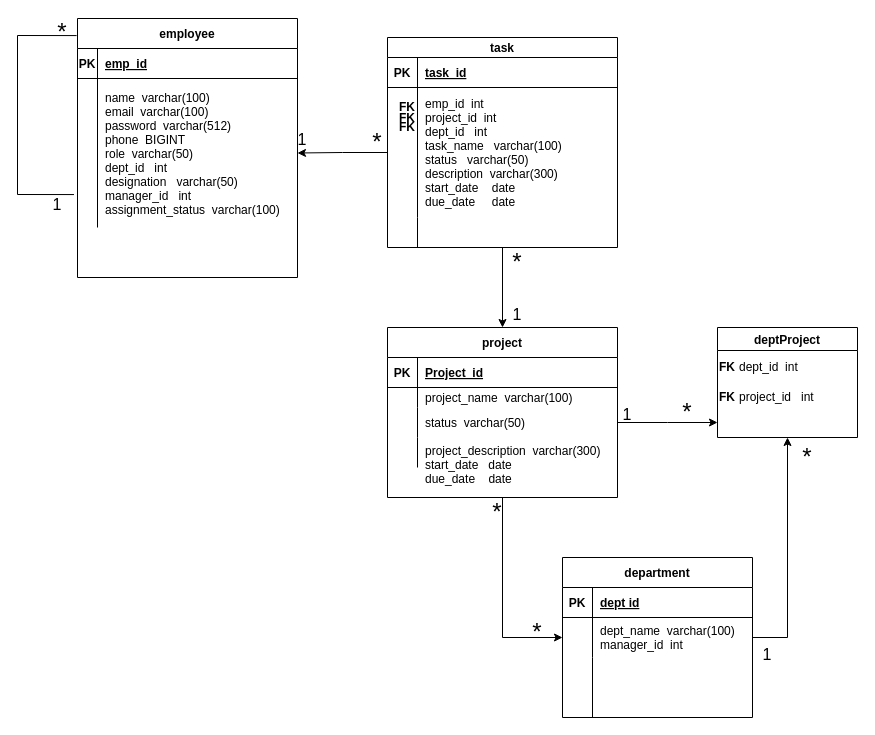
Above: page "ER" (2 of 2) of ETMS_complete.drawio in Hks1998/ETMS_Project (draw.io), before the change. Source tidied: cells renumbered, new cells numbered last; positions are measured from the earlier drawing's top-left corner, leaving out a move shared by most shapes. Both pictures are drawn from the tidied source at 100%, with x=0, y=0 at pixel (17, 17).
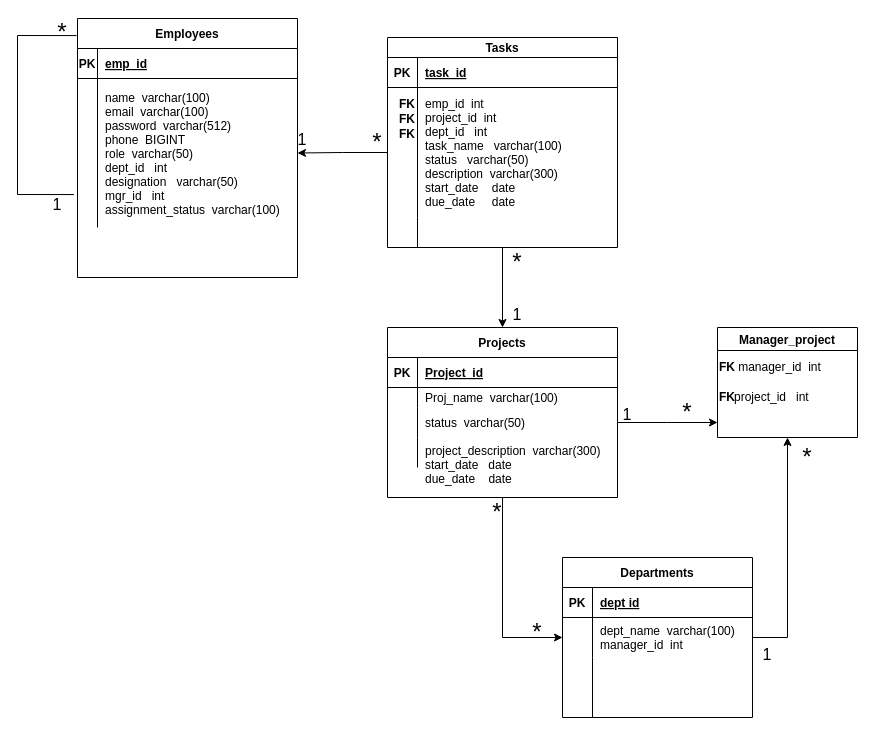
Above is the later version.

Commit message (it also covers changes not shown here):
Task table added

The change refers to these unchanged cells:
```xml
<mxCell id="27" style="shape=partialRectangle;fillColor=none;points=[[0,0.5],[1,0.5]];portConstraint=eastwest;top=0;left=0;right=0;bottom=0;" parent="23" vertex="1">
  <mxGeometry y="60" width="220" height="149" as="geometry" />
</mxCell>
<mxCell id="36" style="shape=partialRectangle;fillColor=none;top=0;left=0;bottom=0;right=0;" parent="32" vertex="1">
  <mxGeometry y="60" width="230" height="20" as="geometry" />
</mxCell>
```

Diff of the diagram source:
```diff
@@
-    <mxCell id="3" value="task" style="shape=table;startSize=20;childLayout=tableLayout;rowLines=0;fontStyle=1;align=center;" parent="1" vertex="1">
+    <mxCell id="3" value="Tasks" style="shape=table;startSize=20;childLayout=tableLayout;rowLines=0;fontStyle=1;align=center;" parent="1" vertex="1">
       <mxGeometry x="370" y="20" width="230" height="210" as="geometry" />
     </mxCell>
@@
-    <mxCell id="13" value="department" style="shape=table;startSize=30;childLayout=tableLayout;rowLines=0;fontStyle=1;align=center;" parent="1" vertex="1">
+    <mxCell id="13" value="Departments" style="shape=table;startSize=30;childLayout=tableLayout;rowLines=0;fontStyle=1;align=center;" parent="1" vertex="1">
       <mxGeometry x="545" y="540" width="190" height="160" as="geometry" />
     </mxCell>
@@
-    <mxCell id="23" value="employee" style="shape=table;startSize=30;childLayout=tableLayout;rowLines=0;fontStyle=1;align=center;" parent="1" vertex="1">
+    <mxCell id="23" value="Employees" style="shape=table;startSize=30;childLayout=tableLayout;rowLines=0;fontStyle=1;align=center;" parent="1" vertex="1">
       <mxGeometry x="60" y="1" width="220" height="259" as="geometry" />
     </mxCell>
@@
-    <mxCell id="29" value="name  varchar(100)    &#10;email  varchar(100) &#10;password  varchar(512) &#10;phone  BIGINT&#10;role  varchar(50) &#10;dept_id   int &#10;designation   varchar(50) &#10;manager_id   int&#10;assignment_status  varchar(100) " style="shape=partialRectangle;overflow=hidden;fillColor=none;top=0;left=0;bottom=0;right=0;align=left;spacingLeft=6;" parent="27" vertex="1">
+    <mxCell id="29" value="name  varchar(100)    &#10;email  varchar(100) &#10;password  varchar(512) &#10;phone  BIGINT&#10;role  varchar(50) &#10;dept_id   int &#10;designation   varchar(50) &#10;mgr_id   int&#10;assignment_status  varchar(100) " style="shape=partialRectangle;overflow=hidden;fillColor=none;top=0;left=0;bottom=0;right=0;align=left;spacingLeft=6;" parent="27" vertex="1">
       <mxGeometry x="20" width="200" height="149" as="geometry" />
     </mxCell>
@@
-    <mxCell id="32" value="project" style="shape=table;startSize=30;childLayout=tableLayout;rowLines=0;fontStyle=1;align=center;" parent="1" vertex="1">
+    <mxCell id="32" value="Projects" style="shape=table;startSize=30;childLayout=tableLayout;rowLines=0;fontStyle=1;align=center;" parent="1" vertex="1">
       <mxGeometry x="370" y="310" width="230" height="170" as="geometry" />
     </mxCell>
@@
-    <mxCell id="38" value="project_name  varchar(100) " style="shape=partialRectangle;fillColor=none;top=0;left=0;bottom=0;right=0;align=left;spacingLeft=6;overflow=hidden;" parent="36" vertex="1">
+    <mxCell id="38" value="Proj_name  varchar(100) " style="shape=partialRectangle;fillColor=none;top=0;left=0;bottom=0;right=0;align=left;spacingLeft=6;overflow=hidden;" parent="36" vertex="1">
       <mxGeometry x="30" width="200" height="20" as="geometry" />
     </mxCell>
@@
-    <mxCell id="46" value="deptProject" style="swimlane;" parent="1" vertex="1">
+    <mxCell id="46" value="Manager_project" style="swimlane;" parent="1" vertex="1">
       <mxGeometry x="700" y="310" width="140" height="110" as="geometry" />
     </mxCell>
-    <mxCell id="47" value="dept_id&amp;nbsp; int" style="text;html=1;strokeColor=none;fillColor=none;align=left;verticalAlign=middle;whiteSpace=wrap;rounded=0;" parent="46" vertex="1">
-      <mxGeometry x="20" y="30" width="95" height="20" as="geometry" />
+    <mxCell id="47" value="manager_id&amp;nbsp; int" style="text;html=1;strokeColor=none;fillColor=none;align=center;verticalAlign=middle;whiteSpace=wrap;rounded=0;" parent="46" vertex="1">
+      <mxGeometry x="15" y="30" width="95" height="20" as="geometry" />
     </mxCell>
     <mxCell id="48" value="project_id&amp;nbsp; &amp;nbsp;int" style="text;html=1;strokeColor=none;fillColor=none;align=left;verticalAlign=middle;whiteSpace=wrap;rounded=0;" parent="46" vertex="1">
-      <mxGeometry x="20" y="60" width="85" height="20" as="geometry" />
+      <mxGeometry x="15" y="60" width="85" height="20" as="geometry" />
     </mxCell>
@@
     <mxCell id="65" value="&lt;b&gt;FK&lt;/b&gt;" style="text;html=1;strokeColor=none;fillColor=none;align=center;verticalAlign=middle;whiteSpace=wrap;rounded=0;" parent="1" vertex="1">
-      <mxGeometry x="360" y="74.5" width="60" height="30" as="geometry" />
+      <mxGeometry x="360" y="70" width="60" height="34.5" as="geometry" />
     </mxCell>
-    <mxCell id="66" value="&lt;b&gt;FK&lt;/b&gt;" style="text;html=1;strokeColor=none;fillColor=none;align=center;verticalAlign=middle;whiteSpace=wrap;rounded=0;" parent="1" vertex="1">
-      <mxGeometry x="360" y="85.5" width="60" height="30" as="geometry" />
+    <mxCell id="66" value="&lt;b&gt;FK&lt;br&gt;FK&lt;br&gt;&lt;/b&gt;" style="text;html=1;strokeColor=none;fillColor=none;align=center;verticalAlign=middle;whiteSpace=wrap;rounded=0;strokeWidth=0;spacing=2;spacingBottom=0;spacingLeft=0;spacingTop=3;" parent="1" vertex="1">
+      <mxGeometry x="360" y="100" width="60" height="15.5" as="geometry" />
     </mxCell>
@@
-    <mxCell id="68" value="&lt;b&gt;FK&lt;/b&gt;" style="text;html=1;strokeColor=none;fillColor=none;align=center;verticalAlign=middle;whiteSpace=wrap;rounded=0;" parent="1" vertex="1">
-      <mxGeometry x="360" y="95" width="60" height="30" as="geometry" />
-    </mxCell>
```
